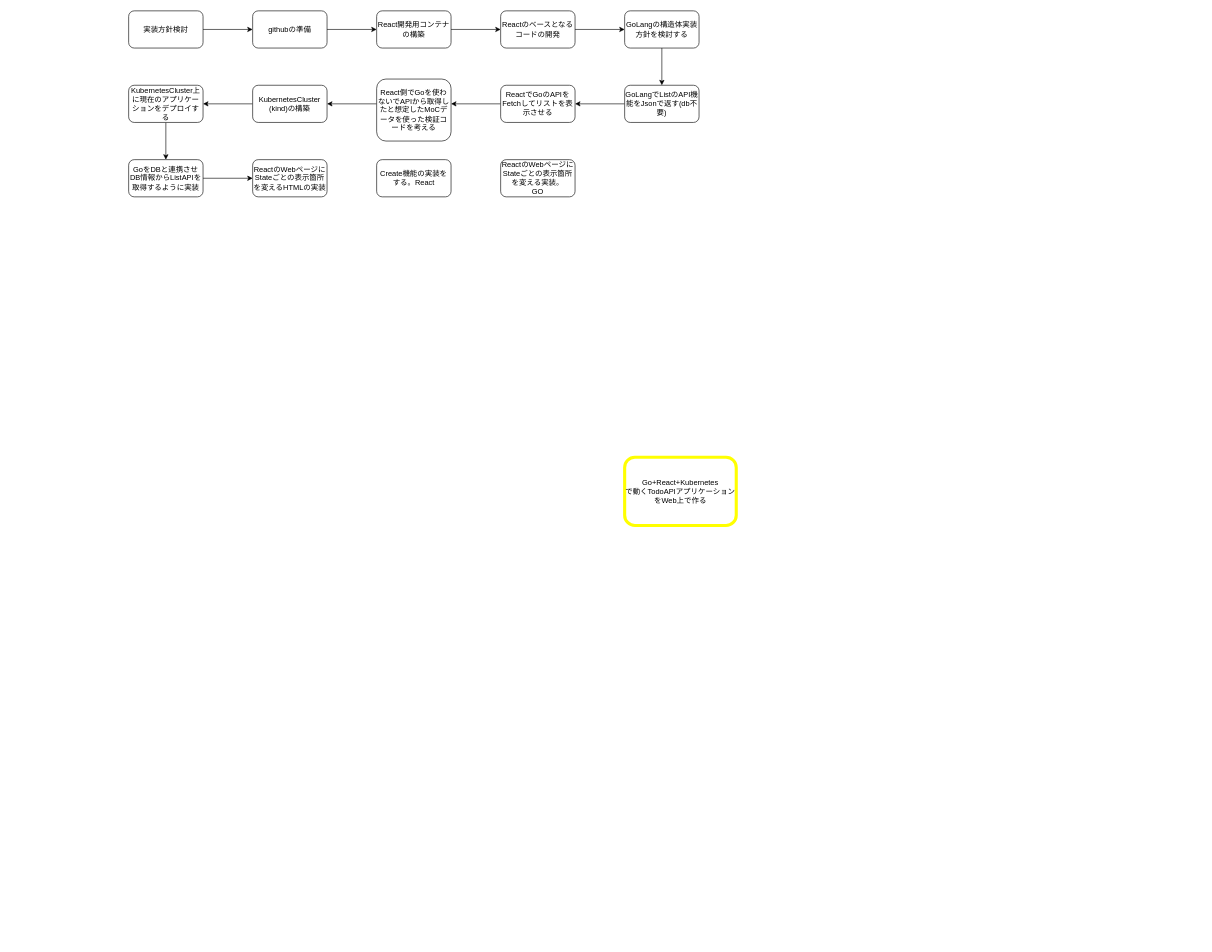
Above: diagram/milestone.drawio in tamako8782/MyTodoWebApplication_practice_on_AWS (draw.io), before the change. Source tidied: cells renumbered, new cells numbered last; positions are measured from the earlier drawing's top-left corner, leaving out a move shared by most shapes. Both pictures are drawn from the tidied source at 62%, with x=0, y=0 at pixel (128, 11).
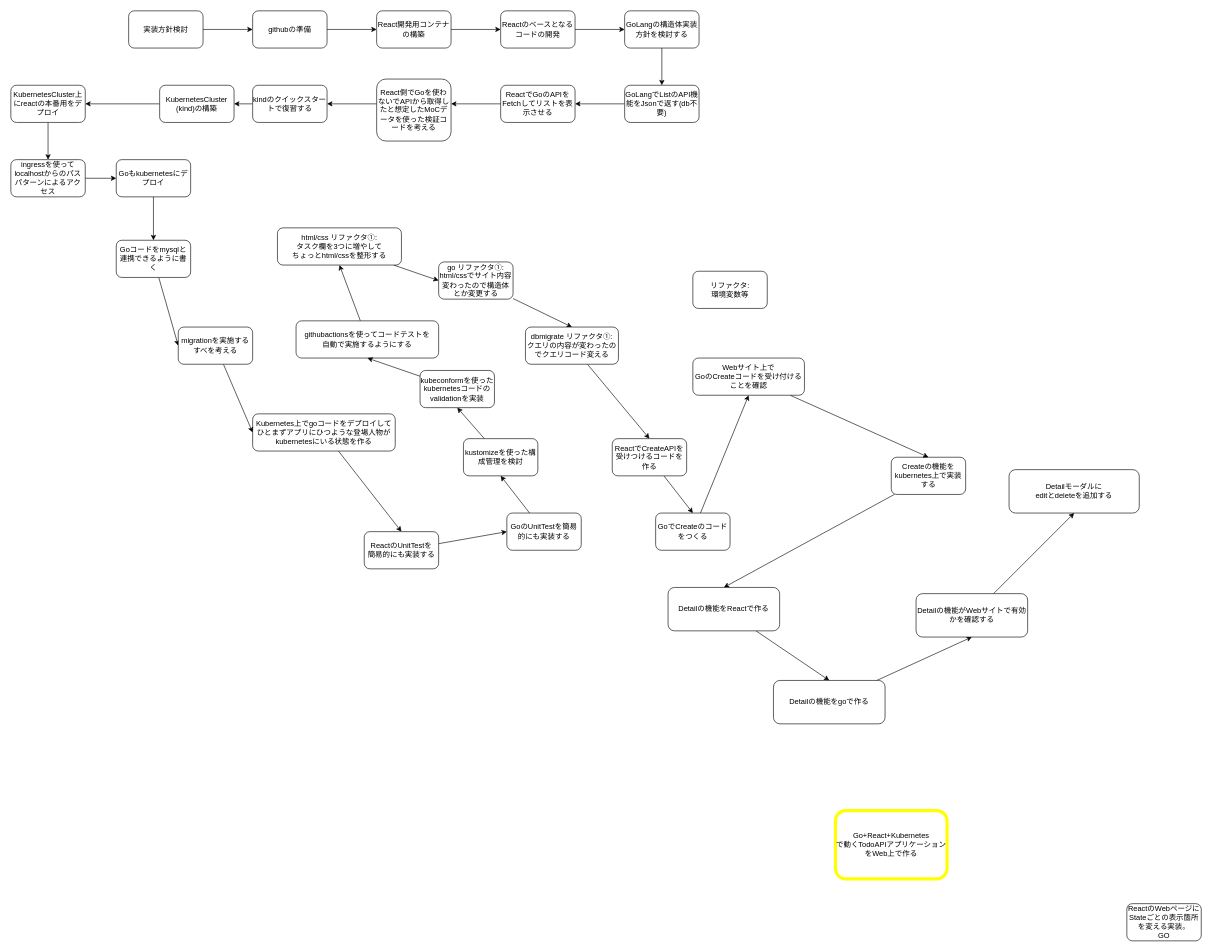
The same page after the edit.

Change to the diagram source:
```diff
@@
-    <mxCell id="16" style="edgeStyle=none;html=1;entryX=1;entryY=0.5;entryDx=0;entryDy=0;" parent="1" edge="1" source="17" target="21">
-      <mxGeometry relative="1" as="geometry" />
-    </mxCell>
+    <mxCell id="28" style="edgeStyle=none;html=1;" parent="1" edge="1" source="17" target="34">
+      <mxGeometry relative="1" as="geometry" />
+    </mxCell>
-    <mxCell id="17" value="KubernetesCluster&lt;br&gt;(kind)の構築" style="rounded=1;whiteSpace=wrap;html=1;" parent="1" vertex="1">
+    <mxCell id="17" value="kindのクイックスタートで復習する" style="rounded=1;whiteSpace=wrap;html=1;" parent="1" vertex="1">
       <mxGeometry x="200" y="120" width="120" height="60" as="geometry" />
     </mxCell>
-    <mxCell id="18" style="edgeStyle=none;html=1;" parent="1" edge="1" source="19" target="25">
-      <mxGeometry relative="1" as="geometry" />
-    </mxCell>
+    <mxCell id="29" style="edgeStyle=none;html=1;entryX=0.5;entryY=0;entryDx=0;entryDy=0;" parent="1" edge="1" source="19" target="59">
+      <mxGeometry relative="1" as="geometry" />
+    </mxCell>
-    <mxCell id="19" value="GoをDBと連携させ&lt;br&gt;DB情報からListAPIを取得するように実装" style="rounded=1;whiteSpace=wrap;html=1;" parent="1" vertex="1">
-      <mxGeometry y="240" width="120" height="60" as="geometry" />
+    <mxCell id="19" value="Kubernetes上でgoコードをデプロイして&lt;br&gt;ひとまずアプリにひつような登場人物が&lt;br&gt;kubernetesにいる状態を作る" style="rounded=1;whiteSpace=wrap;html=1;" parent="1" vertex="1">
+      <mxGeometry x="200" y="650" width="230" height="60" as="geometry" />
     </mxCell>
-    <mxCell id="20" style="edgeStyle=none;html=1;entryX=0.5;entryY=0;entryDx=0;entryDy=0;" parent="1" edge="1" source="21" target="19">
-      <mxGeometry relative="1" as="geometry" />
-    </mxCell>
-    <mxCell id="21" value="KubernetesCluster上に現在のアプリケーションをデプロイする" style="rounded=1;whiteSpace=wrap;html=1;" parent="1" vertex="1">
-      <mxGeometry y="120" width="120" height="60" as="geometry" />
-    </mxCell>
@@
     <mxCell id="24" value="Go+React+Kubernetes&lt;br&gt;で動くTodoAPIアプリケーションをWeb上で作る" style="rounded=1;whiteSpace=wrap;html=1;strokeWidth=5;strokeColor=#FFFF00;" parent="1" vertex="1">
-      <mxGeometry x="800" y="720" width="180" height="110" as="geometry" />
+      <mxGeometry x="1140" y="1290" width="180" height="110" as="geometry" />
     </mxCell>
+    <mxCell id="30" style="edgeStyle=none;html=1;entryX=0.5;entryY=0;entryDx=0;entryDy=0;" parent="1" edge="1" source="25" target="61">
+      <mxGeometry relative="1" as="geometry" />
+    </mxCell>
-    <mxCell id="25" value="ReactのWebページに&lt;br&gt;Stateごとの表示箇所を変えるHTMLの実装" style="rounded=1;whiteSpace=wrap;html=1;" parent="1" vertex="1">
-      <mxGeometry x="200" y="240" width="120" height="60" as="geometry" />
+    <mxCell id="25" value="ReactでCreateAPIを受けつけるコードを作る" style="rounded=1;whiteSpace=wrap;html=1;" parent="1" vertex="1">
+      <mxGeometry x="780" y="690" width="120" height="60" as="geometry" />
     </mxCell>
-    <mxCell id="26" value="Create機能の実装をする。React" style="rounded=1;whiteSpace=wrap;html=1;" parent="1" vertex="1">
-      <mxGeometry x="400" y="240" width="120" height="60" as="geometry" />
-    </mxCell>
     <mxCell id="27" value="ReactのWebページに&lt;br&gt;Stateごとの表示箇所を変える実装。&lt;br&gt;GO" style="rounded=1;whiteSpace=wrap;html=1;" parent="1" vertex="1">
-      <mxGeometry x="600" y="240" width="120" height="60" as="geometry" />
+      <mxGeometry x="1610" y="1440" width="120" height="60" as="geometry" />
     </mxCell>
+    <mxCell id="31" style="edgeStyle=none;html=1;entryX=0;entryY=0.5;entryDx=0;entryDy=0;" parent="1" edge="1" source="32">
+      <mxGeometry relative="1" as="geometry">
+        <mxPoint x="-20" y="270" as="targetPoint" />
+      </mxGeometry>
+    </mxCell>
+    <mxCell id="32" value="ingressを使って&lt;br&gt;localhostからのパスパターンによるアクセス" style="rounded=1;whiteSpace=wrap;html=1;" parent="1" vertex="1">
+      <mxGeometry x="-190" y="240" width="120" height="60" as="geometry" />
+    </mxCell>
+    <mxCell id="33" style="edgeStyle=none;html=1;entryX=1;entryY=0.5;entryDx=0;entryDy=0;" parent="1" edge="1" source="34" target="36">
+      <mxGeometry relative="1" as="geometry" />
+    </mxCell>
+    <mxCell id="34" value="KubernetesCluster&lt;br&gt;(kind)の構築" style="rounded=1;whiteSpace=wrap;html=1;" parent="1" vertex="1">
+      <mxGeometry x="50" y="120" width="120" height="60" as="geometry" />
+    </mxCell>
+    <mxCell id="35" style="edgeStyle=none;html=1;entryX=0.5;entryY=0;entryDx=0;entryDy=0;" parent="1" edge="1" source="36" target="32">
+      <mxGeometry relative="1" as="geometry" />
+    </mxCell>
+    <mxCell id="36" value="KubernetesCluster上にreactの本番用をデプロイ" style="rounded=1;whiteSpace=wrap;html=1;" parent="1" vertex="1">
+      <mxGeometry x="-190" y="120" width="120" height="60" as="geometry" />
+    </mxCell>
+    <mxCell id="37" style="edgeStyle=none;html=1;entryX=0.5;entryY=0;entryDx=0;entryDy=0;" parent="1" edge="1" source="38" target="40">
+      <mxGeometry relative="1" as="geometry" />
+    </mxCell>
+    <mxCell id="38" value="Goもkubernetesにデプロイ" style="rounded=1;whiteSpace=wrap;html=1;" parent="1" vertex="1">
+      <mxGeometry x="-20" y="240" width="120" height="60" as="geometry" />
+    </mxCell>
+    <mxCell id="39" style="edgeStyle=none;html=1;entryX=0;entryY=0.5;entryDx=0;entryDy=0;" parent="1" edge="1" source="40" target="42">
+      <mxGeometry relative="1" as="geometry" />
+    </mxCell>
+    <mxCell id="40" value="Goコードをmysqlと連携できるように書く" style="rounded=1;whiteSpace=wrap;html=1;" parent="1" vertex="1">
+      <mxGeometry x="-20" y="370" width="120" height="60" as="geometry" />
+    </mxCell>
+    <mxCell id="41" style="edgeStyle=none;html=1;entryX=0;entryY=0.5;entryDx=0;entryDy=0;" parent="1" edge="1" source="42" target="19">
+      <mxGeometry relative="1" as="geometry" />
+    </mxCell>
+    <mxCell id="42" value="migrationを実施するすべを考える" style="rounded=1;whiteSpace=wrap;html=1;" parent="1" vertex="1">
+      <mxGeometry x="80" y="510" width="120" height="60" as="geometry" />
+    </mxCell>
+    <mxCell id="43" style="edgeStyle=none;html=1;entryX=0;entryY=0.5;entryDx=0;entryDy=0;" parent="1" edge="1" source="44" target="46">
+      <mxGeometry relative="1" as="geometry" />
+    </mxCell>
+    <mxCell id="44" value="html/css リファクタ①:&lt;br&gt;タスク欄を3つに増やして&lt;br&gt;ちょっとhtml/cssを整形する" style="rounded=1;whiteSpace=wrap;html=1;" parent="1" vertex="1">
+      <mxGeometry x="240" y="350" width="200" height="60" as="geometry" />
+    </mxCell>
+    <mxCell id="45" style="edgeStyle=none;html=1;entryX=0.5;entryY=0;entryDx=0;entryDy=0;" parent="1" edge="1" source="46" target="48">
+      <mxGeometry relative="1" as="geometry" />
+    </mxCell>
+    <mxCell id="46" value="go&amp;nbsp;リファクタ①:&lt;br&gt;html/cssでサイト内容変わったので構造体とか変更する" style="rounded=1;whiteSpace=wrap;html=1;" parent="1" vertex="1">
+      <mxGeometry x="500" y="405" width="120" height="60" as="geometry" />
+    </mxCell>
+    <mxCell id="47" style="edgeStyle=none;html=1;entryX=0.5;entryY=0;entryDx=0;entryDy=0;" parent="1" edge="1" source="48" target="25">
+      <mxGeometry relative="1" as="geometry" />
+    </mxCell>
+    <mxCell id="48" value="dbmigrate&amp;nbsp;リファクタ①:&lt;br&gt;クエリの内容が変わったのでクエリコード変える" style="rounded=1;whiteSpace=wrap;html=1;" parent="1" vertex="1">
+      <mxGeometry x="640" y="510" width="150" height="60" as="geometry" />
+    </mxCell>
+    <mxCell id="49" value="リファクタ:&lt;br&gt;環境変数等" style="rounded=1;whiteSpace=wrap;html=1;" parent="1" vertex="1">
+      <mxGeometry x="910" y="420" width="120" height="60" as="geometry" />
+    </mxCell>
+    <mxCell id="50" style="edgeStyle=none;html=1;entryX=0.5;entryY=1;entryDx=0;entryDy=0;" parent="1" edge="1" source="51" target="55">
+      <mxGeometry relative="1" as="geometry" />
+    </mxCell>
+    <mxCell id="51" value="GoのUnitTestを簡易的にも実装する" style="rounded=1;whiteSpace=wrap;html=1;" parent="1" vertex="1">
+      <mxGeometry x="610" y="810" width="120" height="60" as="geometry" />
+    </mxCell>
+    <mxCell id="52" style="edgeStyle=none;html=1;entryX=0.5;entryY=1;entryDx=0;entryDy=0;" parent="1" edge="1" source="53" target="44">
+      <mxGeometry relative="1" as="geometry" />
+    </mxCell>
+    <mxCell id="53" value="githubactionsを使ってコードテストを&lt;br&gt;自動で実施するようにする" style="rounded=1;whiteSpace=wrap;html=1;" parent="1" vertex="1">
+      <mxGeometry x="270" y="500" width="230" height="60" as="geometry" />
+    </mxCell>
+    <mxCell id="54" style="edgeStyle=none;html=1;entryX=0.5;entryY=1;entryDx=0;entryDy=0;" parent="1" edge="1" source="55" target="57">
+      <mxGeometry relative="1" as="geometry" />
+    </mxCell>
+    <mxCell id="55" value="kustomizeを使った構成管理を検討" style="rounded=1;whiteSpace=wrap;html=1;" parent="1" vertex="1">
+      <mxGeometry x="540" y="690" width="120" height="60" as="geometry" />
+    </mxCell>
+    <mxCell id="56" style="edgeStyle=none;html=1;entryX=0.5;entryY=1;entryDx=0;entryDy=0;" parent="1" edge="1" source="57" target="53">
+      <mxGeometry relative="1" as="geometry" />
+    </mxCell>
+    <mxCell id="57" value="kubeconformを使った&lt;br&gt;kubernetesコードのvalidationを実装" style="rounded=1;whiteSpace=wrap;html=1;" parent="1" vertex="1">
+      <mxGeometry x="470" y="580" width="120" height="60" as="geometry" />
+    </mxCell>
+    <mxCell id="58" style="edgeStyle=none;html=1;entryX=0;entryY=0.5;entryDx=0;entryDy=0;" parent="1" edge="1" source="59" target="51">
+      <mxGeometry relative="1" as="geometry" />
+    </mxCell>
+    <mxCell id="59" value="ReactのUnitTestを&lt;br&gt;簡易的にも実装する" style="rounded=1;whiteSpace=wrap;html=1;" parent="1" vertex="1">
+      <mxGeometry x="380" y="840" width="120" height="60" as="geometry" />
+    </mxCell>
+    <mxCell id="60" style="edgeStyle=none;html=1;entryX=0.5;entryY=1;entryDx=0;entryDy=0;" parent="1" edge="1" source="61" target="71">
+      <mxGeometry relative="1" as="geometry" />
+    </mxCell>
+    <mxCell id="61" value="GoでCreateのコードをつくる" style="rounded=1;whiteSpace=wrap;html=1;" parent="1" vertex="1">
+      <mxGeometry x="850" y="810" width="120" height="60" as="geometry" />
+    </mxCell>
+    <mxCell id="62" style="edgeStyle=none;html=1;entryX=0.5;entryY=0;entryDx=0;entryDy=0;" parent="1" edge="1" source="63" target="65">
+      <mxGeometry relative="1" as="geometry" />
+    </mxCell>
+    <mxCell id="63" value="Createの機能をkubernetes上で実装する" style="rounded=1;whiteSpace=wrap;html=1;" parent="1" vertex="1">
+      <mxGeometry x="1230" y="720" width="120" height="60" as="geometry" />
+    </mxCell>
+    <mxCell id="64" style="edgeStyle=none;html=1;entryX=0.5;entryY=0;entryDx=0;entryDy=0;" parent="1" edge="1" source="65" target="67">
+      <mxGeometry relative="1" as="geometry" />
+    </mxCell>
+    <mxCell id="65" value="Detailの機能をReactで作る" style="rounded=1;whiteSpace=wrap;html=1;" parent="1" vertex="1">
+      <mxGeometry x="870" y="930" width="180" height="70" as="geometry" />
+    </mxCell>
+    <mxCell id="66" style="edgeStyle=none;html=1;entryX=0.5;entryY=1;entryDx=0;entryDy=0;" parent="1" edge="1" source="67" target="69">
+      <mxGeometry relative="1" as="geometry" />
+    </mxCell>
+    <mxCell id="67" value="Detailの機能をgoで作る" style="rounded=1;whiteSpace=wrap;html=1;" parent="1" vertex="1">
+      <mxGeometry x="1040" y="1080" width="180" height="70" as="geometry" />
+    </mxCell>
+    <mxCell id="68" style="edgeStyle=none;html=1;entryX=0.5;entryY=1;entryDx=0;entryDy=0;" parent="1" edge="1" source="69" target="72">
+      <mxGeometry relative="1" as="geometry" />
+    </mxCell>
+    <mxCell id="69" value="Detailの機能がWebサイトで有効かを確認する" style="rounded=1;whiteSpace=wrap;html=1;" parent="1" vertex="1">
+      <mxGeometry x="1270" y="940" width="180" height="70" as="geometry" />
+    </mxCell>
+    <mxCell id="70" style="edgeStyle=none;html=1;entryX=0.5;entryY=0;entryDx=0;entryDy=0;" parent="1" edge="1" source="71" target="63">
+      <mxGeometry relative="1" as="geometry" />
+    </mxCell>
+    <mxCell id="71" value="Webサイト上で&lt;br&gt;GoのCreateコードを受け付けることを確認" style="rounded=1;whiteSpace=wrap;html=1;" parent="1" vertex="1">
+      <mxGeometry x="910" y="560" width="180" height="60" as="geometry" />
+    </mxCell>
+    <mxCell id="72" value="Detailモーダルに&lt;br&gt;editとdeleteを追加する" style="rounded=1;whiteSpace=wrap;html=1;" parent="1" vertex="1">
+      <mxGeometry x="1420" y="740" width="210" height="70" as="geometry" />
+    </mxCell>
```
